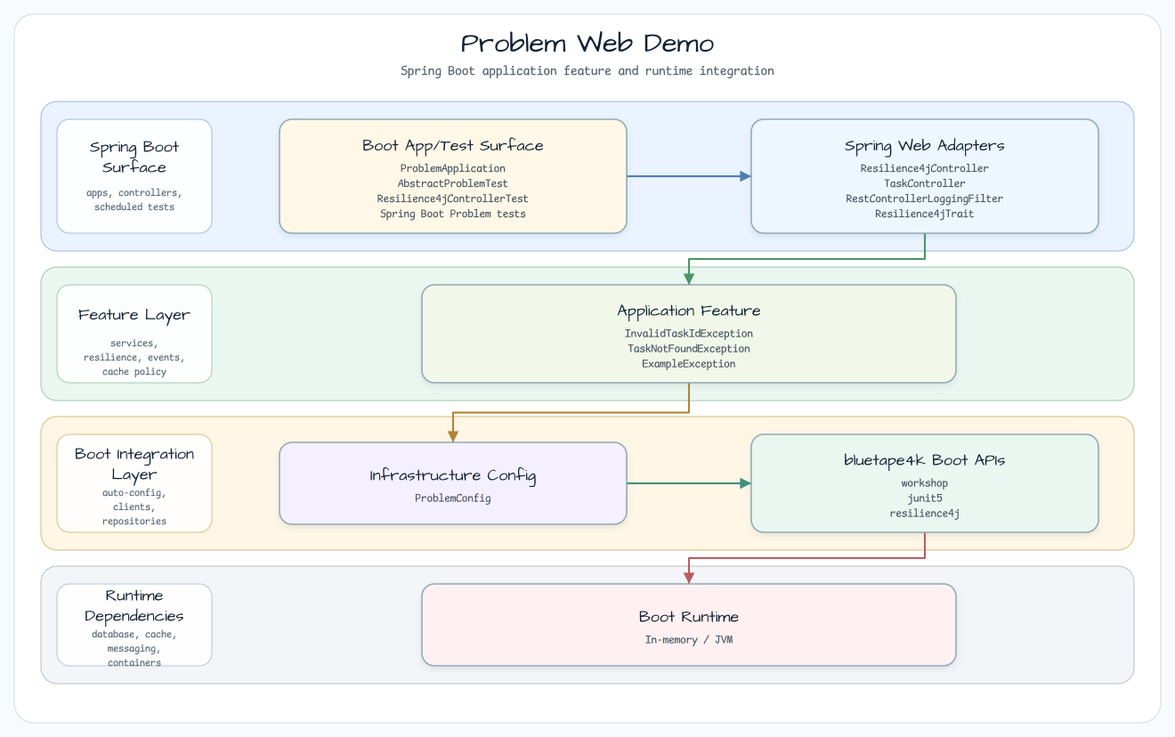
bluetape4k/bluetape4k-workshop keeps this Graphviz diagram as docs/images/readme-diagrams/spring-boot-problem-readme-architecture-01.png. Above is the earlier version. Its source is kept beside it as docs/images/readme-diagrams/spring-boot-problem-readme-architecture-01.dot.
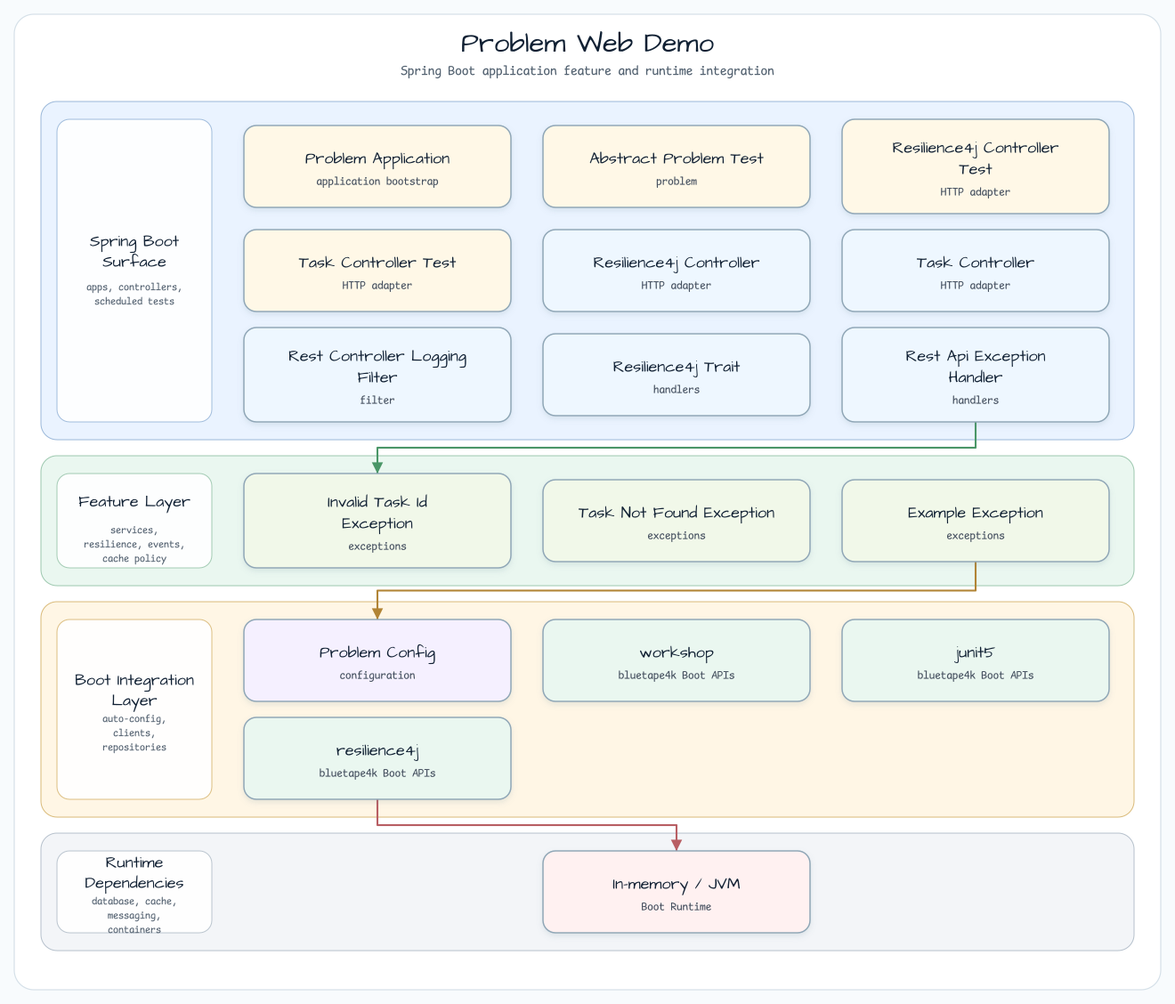
Later version of the same file.

Diff of the diagram source:
```diff
@@ -26,16 +26,25 @@
     fontsize=11
   ];
 
-  entry [label="Boot App/Test Surface\nProblemApplication\nAbstractProblemTest\nResilience4jControllerTest\nSpring Boot Problem tests", fillcolor="#FFF8E7"];
-  api [label="Spring Web Adapters\nResilience4jController\nTaskController\nRestControllerLoggingFilter\nResilience4jTrait", fillcolor="#EEF7FF"];
-  service [label="Application Feature\nInvalidTaskIdException\nTaskNotFoundException\nExampleException", fillcolor="#F1F8E9"];
-  infra [label="Infrastructure Config\nProblemConfig", fillcolor="#F5F0FF"];
-  bt [label="bluetape4k Boot APIs\nworkshop\njunit5\nresilience4j", fillcolor="#EAF7F0"];
-  runtime [label="Boot Runtime\nIn-memory / JVM", fillcolor="#FFF1F1"];
+  entry0 [label="Problem Application\napplication bootstrap", fillcolor="#FFF8E7"];
+  entry1 [label="Abstract Problem Test\nproblem", fillcolor="#FFF8E7"];
+  entry2 [label="Resilience4j Controller Test\nHTTP adapter", fillcolor="#FFF8E7"];
+  entry3 [label="Task Controller Test\nHTTP adapter", fillcolor="#FFF8E7"];
+  api0 [label="Resilience4j Controller\nHTTP adapter", fillcolor="#EEF7FF"];
+  api1 [label="Task Controller\nHTTP adapter", fillcolor="#EEF7FF"];
+  api2 [label="Rest Controller Logging Filter\nfilter", fillcolor="#EEF7FF"];
+  api3 [label="Resilience4j Trait\nhandlers", fillcolor="#EEF7FF"];
+  api4 [label="Rest Api Exception Handler\nhandlers", fillcolor="#EEF7FF"];
+  service0 [label="Invalid Task Id Exception\nexceptions", fillcolor="#F1F8E9"];
+  service1 [label="Task Not Found Exception\nexceptions", fillcolor="#F1F8E9"];
+  service2 [label="Example Exception\nexceptions", fillcolor="#F1F8E9"];
+  infra0 [label="Problem Config\nconfiguration", fillcolor="#F5F0FF"];
+  bt0 [label="workshop\nbluetape4k Boot APIs", fillcolor="#EAF7F0"];
+  bt1 [label="junit5\nbluetape4k Boot APIs", fillcolor="#EAF7F0"];
+  bt2 [label="resilience4j\nbluetape4k Boot APIs", fillcolor="#EAF7F0"];
+  runtime0 [label="In-memory / JVM\nBoot Runtime", fillcolor="#FFF1F1"];
 
-  entry -> api [label="invokes"];
-  api -> service [label="delegates"];
-  service -> infra [label="persists / publishes"];
-  infra -> bt [label="extends"];
-  bt -> runtime [label="adapts"];
+  api4 -> service0 [label="delegates"];
+  service2 -> infra0 [label="persists / publishes"];
+  bt2 -> runtime0 [label="adapts"];
 }
```
